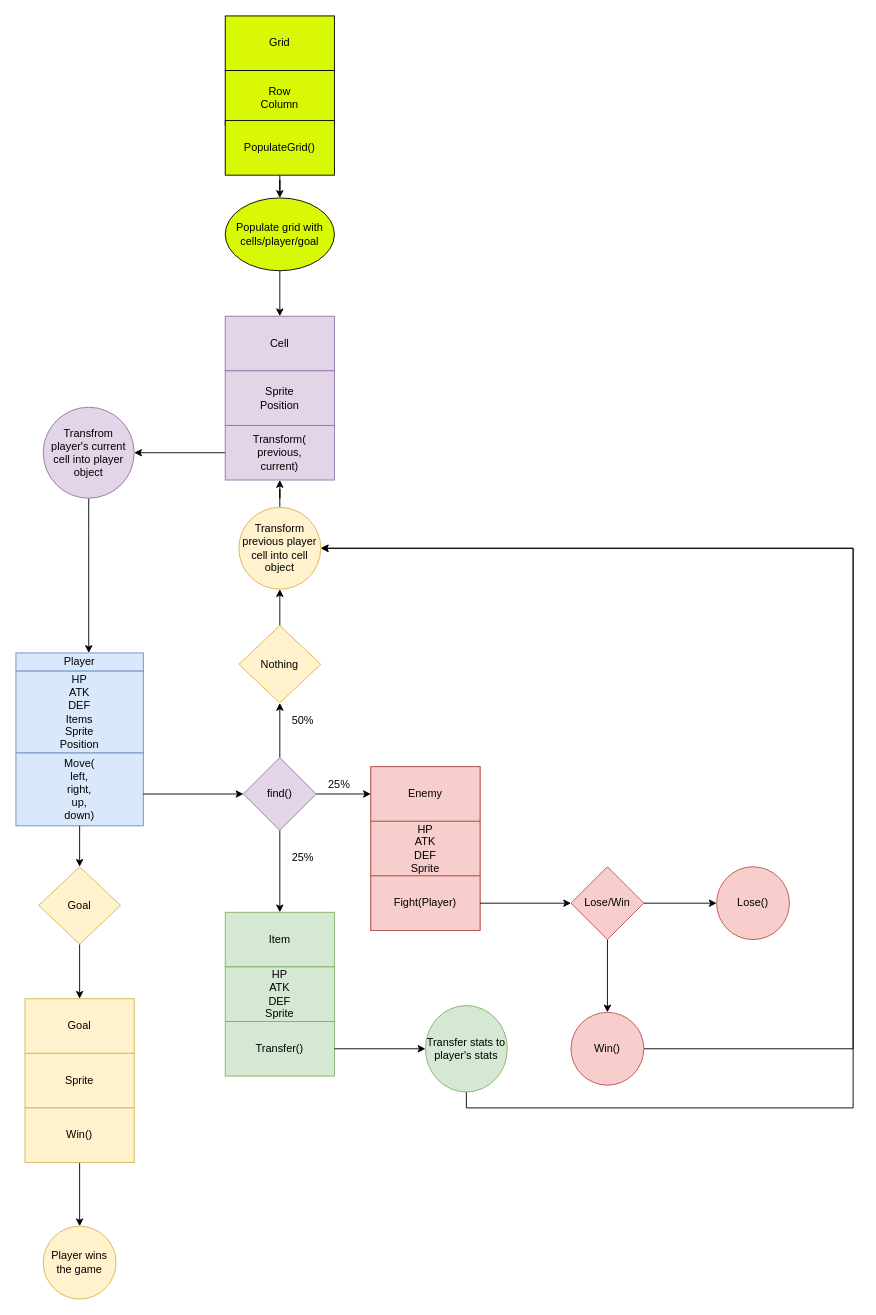
This is Class Diagram.drawio from bombasticman/rpgGame, a draw.io file, before an edit. Source tidied: cells renumbered, new cells numbered last; positions are measured from the earlier drawing's top-left corner, leaving out a move shared by most shapes. Both pictures are drawn from the tidied source at 91%, with x=0, y=0 at pixel (15, 15).
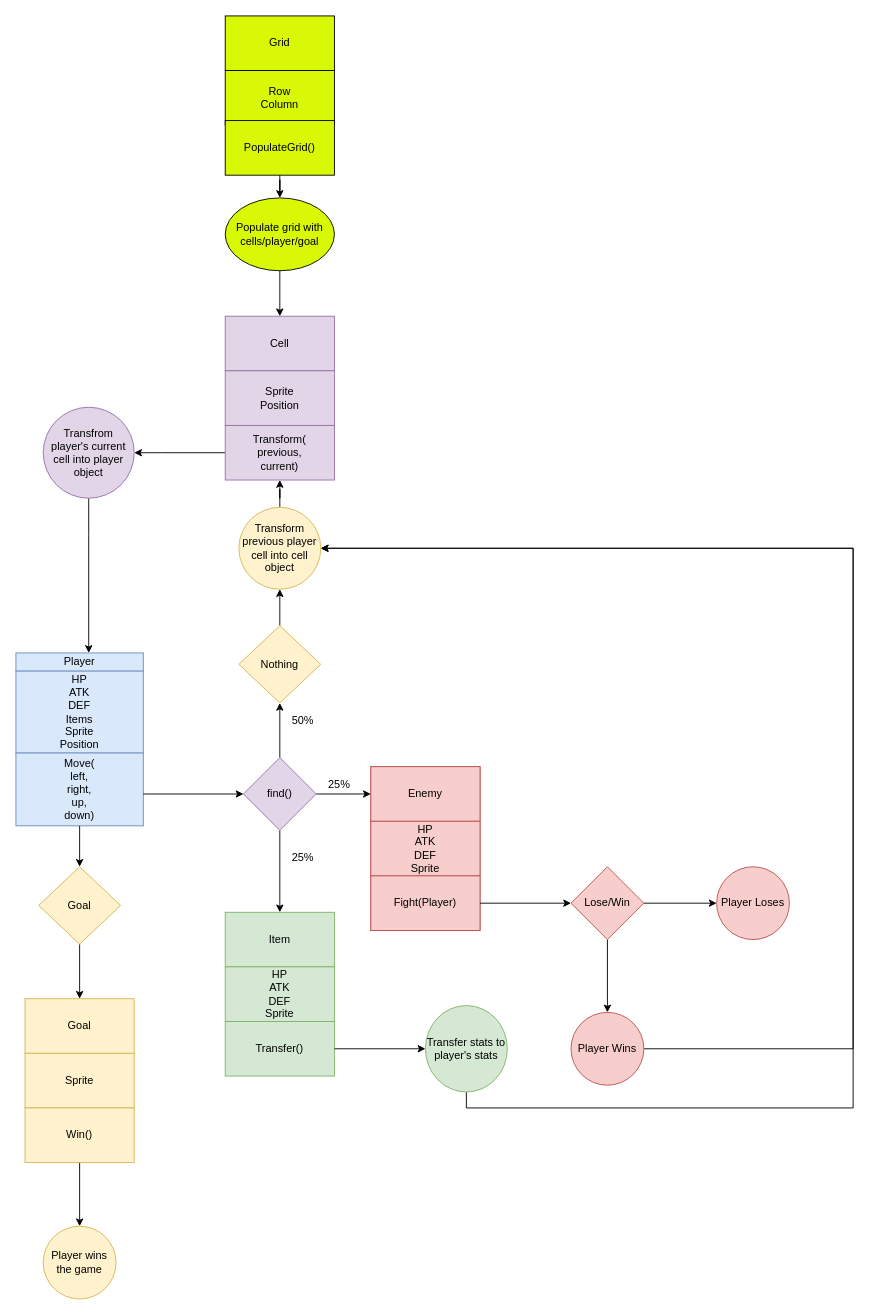
After the change.

What changed in the source:
```diff
@@
-    <mxCell id="31" value="Win()" style="ellipse;whiteSpace=wrap;html=1;fillColor=#f8cecc;strokeColor=#b85450;rounded=0;" parent="1" vertex="1">
+    <mxCell id="31" value="Player Wins" style="ellipse;whiteSpace=wrap;html=1;fillColor=#f8cecc;strokeColor=#b85450;rounded=0;" parent="1" vertex="1">
       <mxGeometry x="610" y="1095" width="80" height="80" as="geometry" />
     </mxCell>
-    <mxCell id="32" value="Lose()" style="ellipse;whiteSpace=wrap;html=1;fillColor=#f8cecc;strokeColor=#b85450;rounded=0;" parent="1" vertex="1">
+    <mxCell id="32" value="Player Loses" style="ellipse;whiteSpace=wrap;html=1;fillColor=#f8cecc;strokeColor=#b85450;rounded=0;" parent="1" vertex="1">
       <mxGeometry x="770" y="935" width="80" height="80" as="geometry" />
     </mxCell>
```
